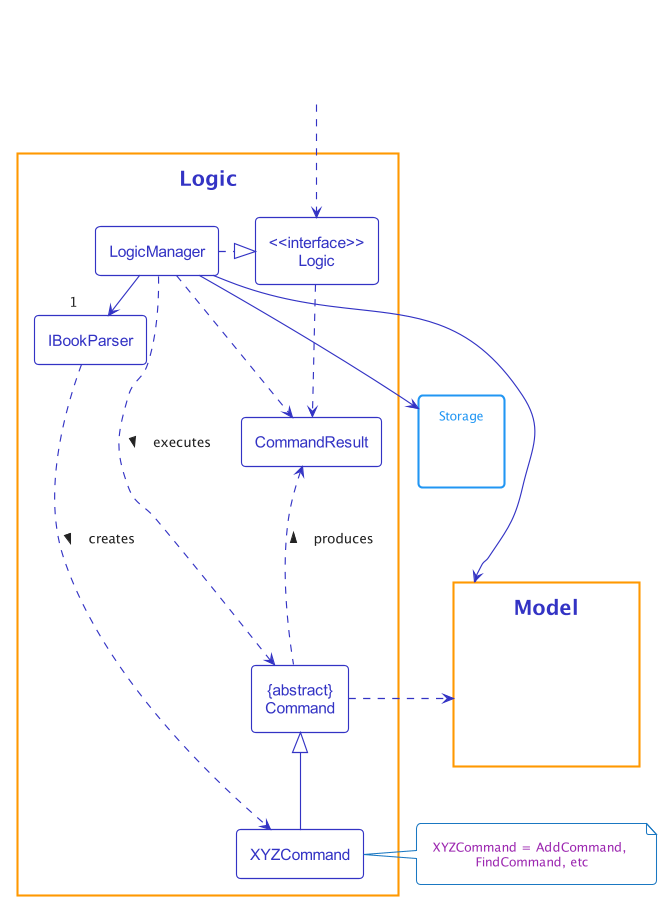
This is docs/images/LogicClassDiagram.png from nus-cs2103-AY2122S2/tp, a PlantUML export, as it was before one commit.
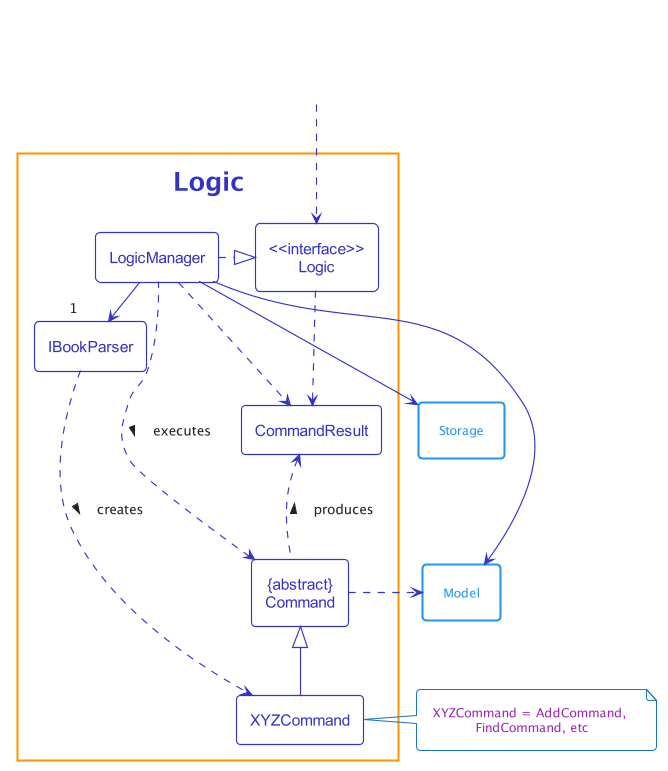
The same diagram one commit later.

Commit message:
Improve UML diagram visuals

The edit, as a diff of the source:
```diff
@@ -14,11 +14,10 @@
     class LogicManager
 }
 
-package Model {
-    class HiddenModel<<Hidden>>
+package Model <<Rectangle>> {
 }
 
-package Storage {
+package Storage <<Rectangle>> {
 }
 
 class HiddenOutside<<Hidden>>
```
